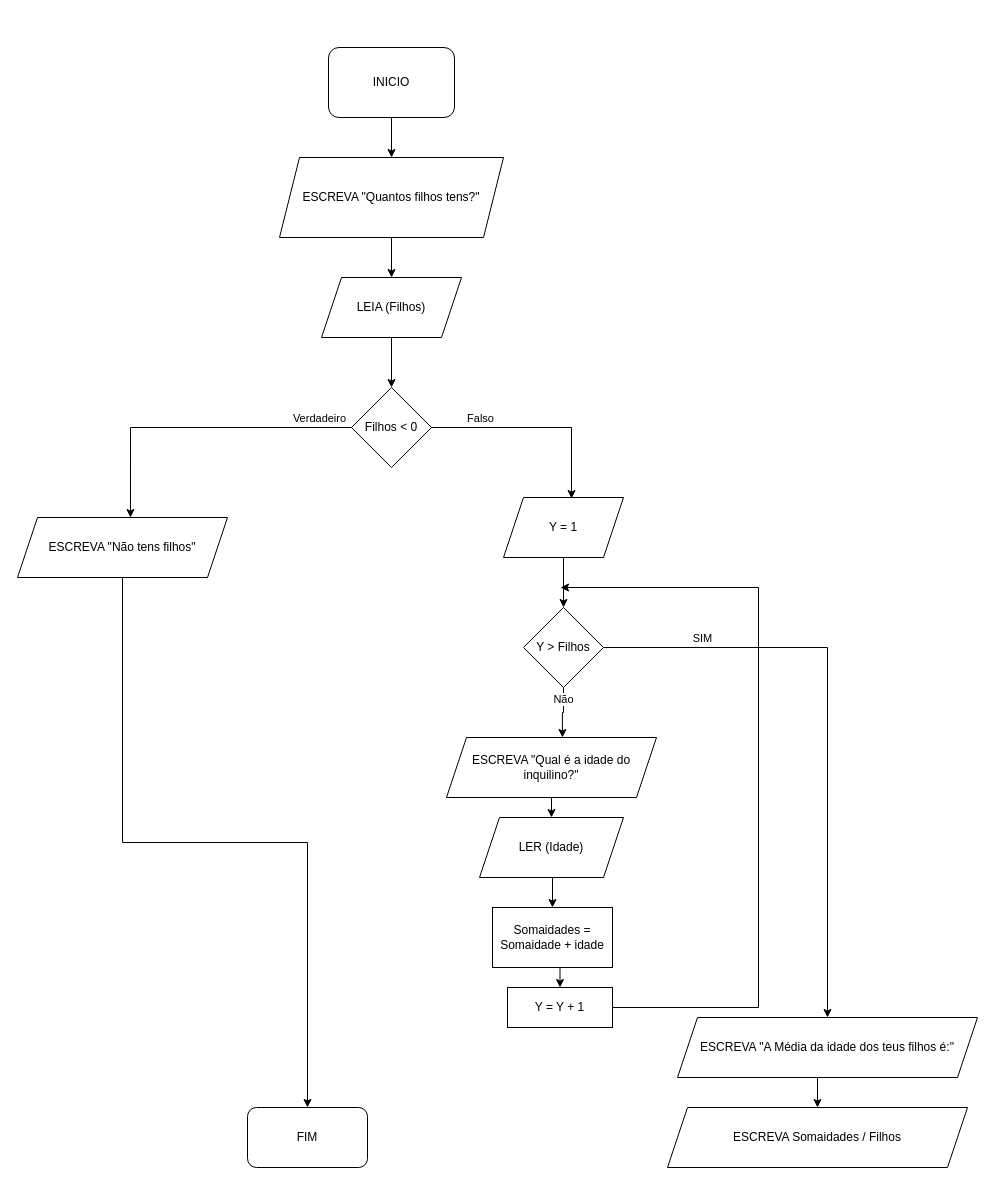
This is FILHOS.drawio from rpviana/fluxograma, a draw.io file, before an edit. Source tidied: cells renumbered, new cells numbered last; positions are measured from the earlier drawing's top-left corner, leaving out a move shared by most shapes. Both pictures are drawn from the tidied source at 100%, with x=0, y=0 at pixel (17, 47).
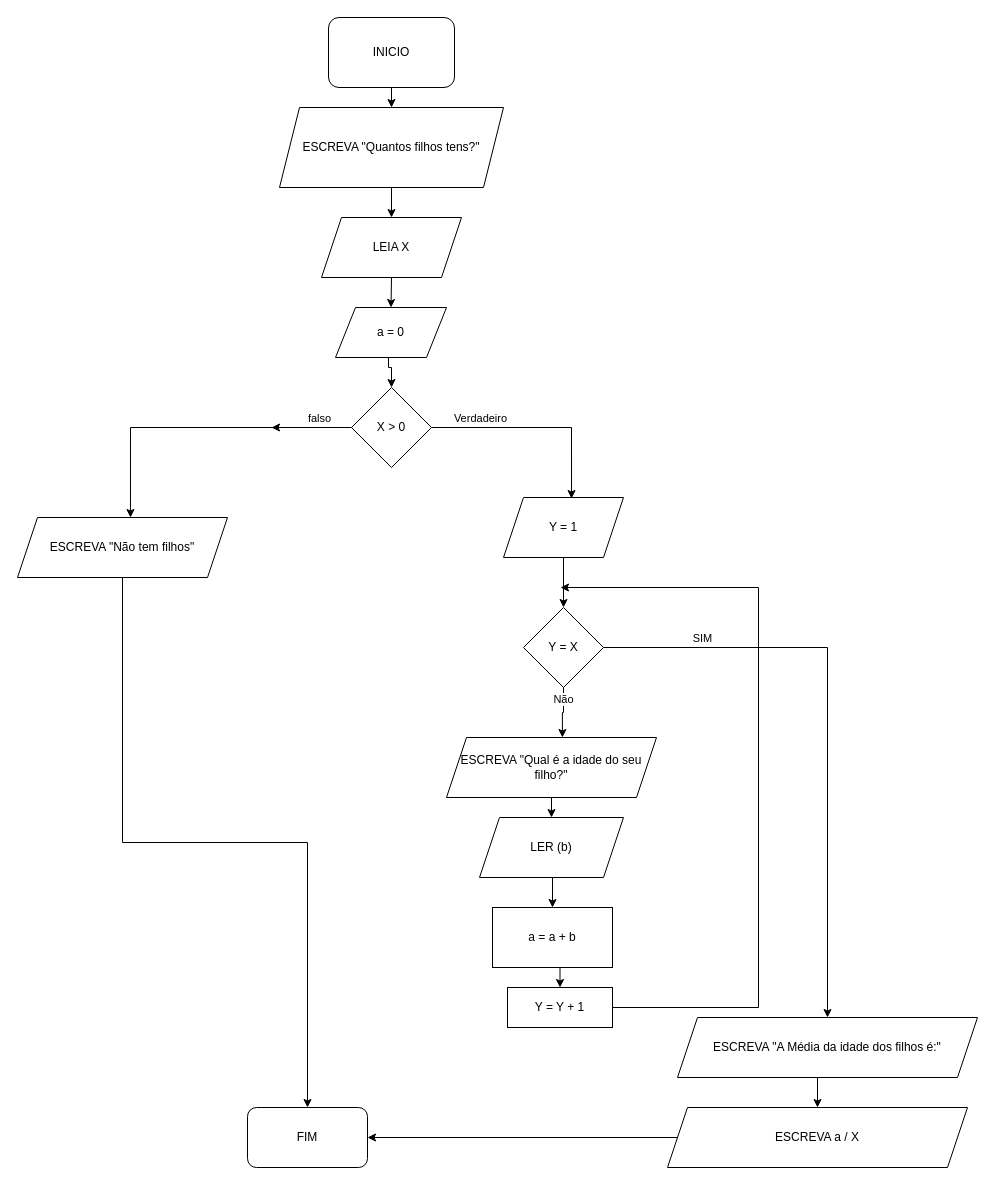
After the change.

The change refers to these unchanged cells:
```xml
<mxCell id="8" style="edgeStyle=orthogonalEdgeStyle;rounded=0;jettySize=auto;html=1;exitX=1;exitY=0.5;exitDx=0;exitDy=0;entryX=0.567;entryY=0.017;entryDx=0;entryDy=0;entryPerimeter=0;" parent="1" edge="1" source="12" target="17">
  <mxGeometry relative="1" as="geometry" />
</mxCell>
<mxCell id="10" style="edgeStyle=orthogonalEdgeStyle;rounded=0;jettySize=auto;html=1;exitX=0;exitY=0.5;exitDx=0;exitDy=0;entryX=0.538;entryY=0;entryDx=0;entryDy=0;entryPerimeter=0;" parent="1" edge="1" source="12" target="14">
  <mxGeometry relative="1" as="geometry" />
</mxCell>
<mxCell id="15" value="FIM" style="rounded=1;whiteSpace=wrap;html=1;" parent="1" vertex="1">
  <mxGeometry x="230" y="1060" width="120" height="60" as="geometry" />
</mxCell>
```

Change to the diagram source:
```diff
@@
     <mxCell id="3" value="INICIO" style="rounded=1;whiteSpace=wrap;html=1;" parent="1" vertex="1">
-      <mxGeometry x="311" width="126" height="70" as="geometry" />
+      <mxGeometry x="311" y="-30" width="126" height="70" as="geometry" />
     </mxCell>
@@
     <mxCell id="5" value="ESCREVA &quot;Quantos filhos tens?&quot;" style="shape=parallelogram;perimeter=parallelogramPerimeter;whiteSpace=wrap;html=1;fixedSize=1;" parent="1" vertex="1">
-      <mxGeometry x="262" y="110" width="224" height="80" as="geometry" />
+      <mxGeometry x="262" y="60" width="224" height="80" as="geometry" />
     </mxCell>
-    <mxCell id="6" style="edgeStyle=orthogonalEdgeStyle;rounded=0;jettySize=auto;html=1;exitX=0.5;exitY=1;exitDx=0;exitDy=0;entryX=0.5;entryY=0;entryDx=0;entryDy=0;" parent="1" edge="1" source="7" target="12">
-      <mxGeometry relative="1" as="geometry" />
+    <mxCell id="6" style="edgeStyle=orthogonalEdgeStyle;rounded=0;jettySize=auto;html=1;entryX=0.5;entryY=0;entryDx=0;entryDy=0;exitX=0.5;exitY=1;exitDx=0;exitDy=0;" parent="1" edge="1" source="37" target="12">
+      <mxGeometry relative="1" as="geometry">
+        <Array as="points">
+          <mxPoint x="371" y="310" />
+          <mxPoint x="371" y="320" />
+          <mxPoint x="374" y="320" />
+        </Array>
+      </mxGeometry>
     </mxCell>
+    <mxCell id="34" style="edgeStyle=orthogonalEdgeStyle;rounded=0;jettySize=auto;html=1;exitX=0.5;exitY=1;exitDx=0;exitDy=0;entryX=0.5;entryY=0;entryDx=0;entryDy=0;" parent="1" edge="1" source="7" target="37">
+      <mxGeometry relative="1" as="geometry" />
+    </mxCell>
-    <mxCell id="7" value="LEIA (Filhos)" style="shape=parallelogram;perimeter=parallelogramPerimeter;whiteSpace=wrap;html=1;fixedSize=1;" parent="1" vertex="1">
-      <mxGeometry x="304" y="230" width="140" height="60" as="geometry" />
+    <mxCell id="7" value="LEIA X" style="shape=parallelogram;perimeter=parallelogramPerimeter;whiteSpace=wrap;html=1;fixedSize=1;" parent="1" vertex="1">
+      <mxGeometry x="304" y="170" width="140" height="60" as="geometry" />
     </mxCell>
@@
-    <mxCell id="9" value="Falso" style="edgeLabel;html=1;align=center;verticalAlign=middle;" parent="8" vertex="1">
+    <mxCell id="9" value="Verdadeiro" style="edgeLabel;html=1;align=center;verticalAlign=middle;" parent="8" vertex="1">
       <mxGeometry x="-0.52" y="-2" relative="1" as="geometry">
         <mxPoint x="-3" y="-12" as="offset" />
       </mxGeometry>
     </mxCell>
@@
-    <mxCell id="11" value="Verdadeiro" style="edgeLabel;html=1;align=center;verticalAlign=middle;" parent="10" vertex="1">
+    <mxCell id="11" value="falso" style="edgeLabel;html=1;align=center;verticalAlign=middle;" parent="10" vertex="1">
       <mxGeometry x="-0.01" y="-2" relative="1" as="geometry">
         <mxPoint x="121" y="-8" as="offset" />
       </mxGeometry>
     </mxCell>
+    <mxCell id="35" style="edgeStyle=orthogonalEdgeStyle;rounded=0;jettySize=auto;html=1;" parent="1" edge="1" source="12">
+      <mxGeometry relative="1" as="geometry">
+        <mxPoint x="254" y="380" as="targetPoint" />
+      </mxGeometry>
+    </mxCell>
-    <mxCell id="12" value="Filhos &amp;lt; 0" style="rhombus;whiteSpace=wrap;html=1;" parent="1" vertex="1">
+    <mxCell id="12" value="X &amp;gt; 0" style="rhombus;whiteSpace=wrap;html=1;" parent="1" vertex="1">
       <mxGeometry x="334" y="340" width="80" height="80" as="geometry" />
     </mxCell>
@@
-    <mxCell id="14" value="ESCREVA &quot;Não tens filhos&quot;" style="shape=parallelogram;perimeter=parallelogramPerimeter;whiteSpace=wrap;html=1;fixedSize=1;" parent="1" vertex="1">
+    <mxCell id="14" value="ESCREVA &quot;Não tem filhos&quot;" style="shape=parallelogram;perimeter=parallelogramPerimeter;whiteSpace=wrap;html=1;fixedSize=1;" parent="1" vertex="1">
       <mxGeometry y="470" width="210" height="60" as="geometry" />
     </mxCell>
@@
-    <mxCell id="20" value="Y &amp;gt; Filhos" style="rhombus;whiteSpace=wrap;html=1;" parent="1" vertex="1">
+    <mxCell id="20" value="Y = X" style="rhombus;whiteSpace=wrap;html=1;" parent="1" vertex="1">
       <mxGeometry x="506" y="560" width="80" height="80" as="geometry" />
     </mxCell>
@@
-    <mxCell id="22" value="ESCREVA &quot;Qual é a idade do inquilino?&quot;" style="shape=parallelogram;perimeter=parallelogramPerimeter;whiteSpace=wrap;html=1;fixedSize=1;" parent="1" vertex="1">
+    <mxCell id="22" value="ESCREVA &quot;Qual é a idade do seu filho?&quot;" style="shape=parallelogram;perimeter=parallelogramPerimeter;whiteSpace=wrap;html=1;fixedSize=1;" parent="1" vertex="1">
       <mxGeometry x="429" y="690" width="210" height="60" as="geometry" />
     </mxCell>
@@
-    <mxCell id="24" value="LER (Idade)" style="shape=parallelogram;perimeter=parallelogramPerimeter;whiteSpace=wrap;html=1;fixedSize=1;" parent="1" vertex="1">
+    <mxCell id="24" value="LER (b)" style="shape=parallelogram;perimeter=parallelogramPerimeter;whiteSpace=wrap;html=1;fixedSize=1;" parent="1" vertex="1">
       <mxGeometry x="462" y="770" width="144" height="60" as="geometry" />
     </mxCell>
@@
-    <mxCell id="26" value="Somaidades = Somaidade + idade" style="rounded=0;whiteSpace=wrap;html=1;" parent="1" vertex="1">
+    <mxCell id="26" value="a = a + b" style="rounded=0;whiteSpace=wrap;html=1;" parent="1" vertex="1">
       <mxGeometry x="475" y="860" width="120" height="60" as="geometry" />
     </mxCell>
@@
-    <mxCell id="32" value="ESCREVA &quot;A Média da idade dos teus filhos é:&quot;" style="shape=parallelogram;perimeter=parallelogramPerimeter;whiteSpace=wrap;html=1;fixedSize=1;" parent="1" vertex="1">
+    <mxCell id="32" value="ESCREVA &quot;A Média da idade dos filhos é:&quot;" style="shape=parallelogram;perimeter=parallelogramPerimeter;whiteSpace=wrap;html=1;fixedSize=1;" parent="1" vertex="1">
       <mxGeometry x="660" y="970" width="300" height="60" as="geometry" />
     </mxCell>
+    <mxCell id="36" style="edgeStyle=orthogonalEdgeStyle;rounded=0;jettySize=auto;html=1;exitX=0;exitY=0.5;exitDx=0;exitDy=0;entryX=1;entryY=0.5;entryDx=0;entryDy=0;" parent="1" edge="1" source="33" target="15">
+      <mxGeometry relative="1" as="geometry" />
+    </mxCell>
-    <mxCell id="33" value="ESCREVA Somaidades / Filhos" style="shape=parallelogram;perimeter=parallelogramPerimeter;whiteSpace=wrap;html=1;fixedSize=1;" parent="1" vertex="1">
+    <mxCell id="33" value="ESCREVA a / X" style="shape=parallelogram;perimeter=parallelogramPerimeter;whiteSpace=wrap;html=1;fixedSize=1;" parent="1" vertex="1">
       <mxGeometry x="650" y="1060" width="300" height="60" as="geometry" />
     </mxCell>
+    <mxCell id="37" value="a = 0" style="shape=parallelogram;perimeter=parallelogramPerimeter;whiteSpace=wrap;html=1;fixedSize=1;" parent="1" vertex="1">
+      <mxGeometry x="318" y="260" width="111" height="50" as="geometry" />
+    </mxCell>
```
